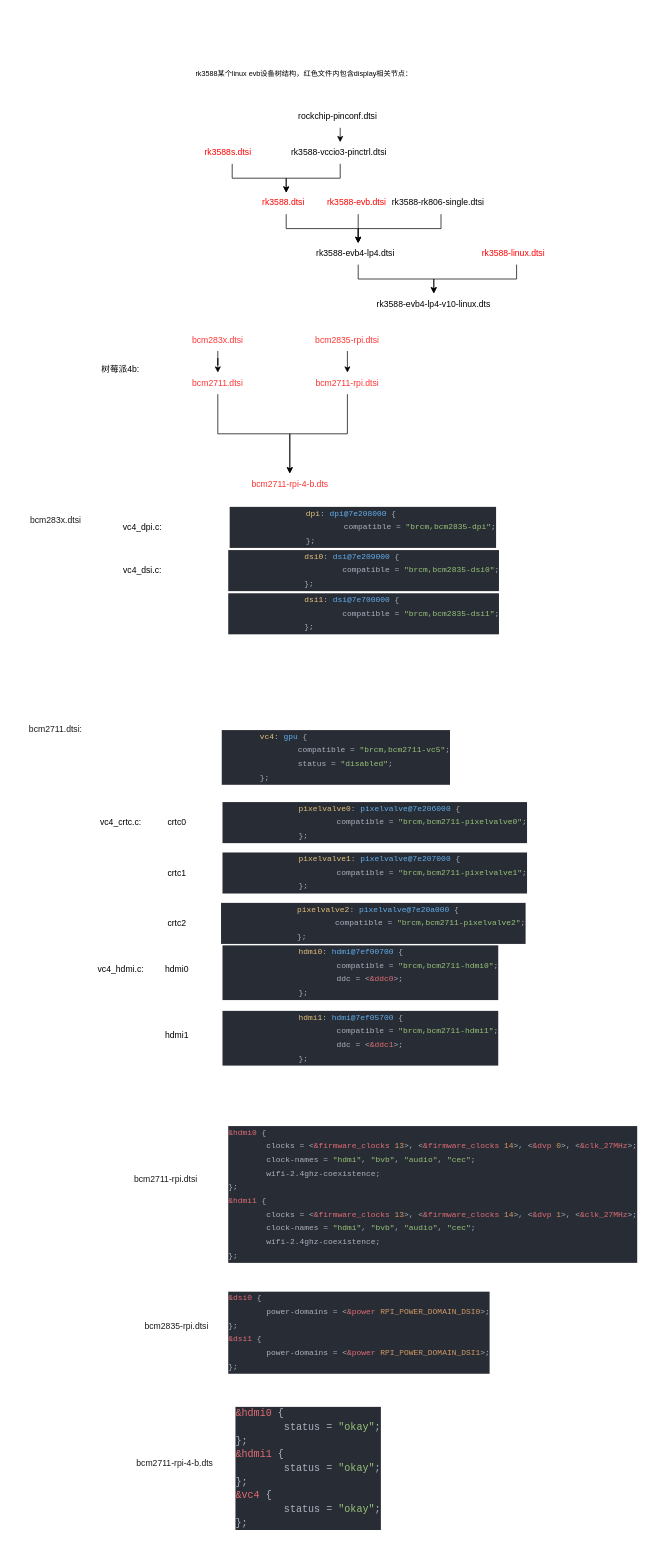
Earlier version of the draw.io diagram rk_drm.drawio (YC-Xiang/draw.io). Source tidied: cells renumbered, new cells numbered last; positions are measured from the earlier drawing's top-left corner, leaving out a move shared by most shapes. Both pictures are drawn from the tidied source at 72%, with x=0, y=0 at pixel (19, 63).
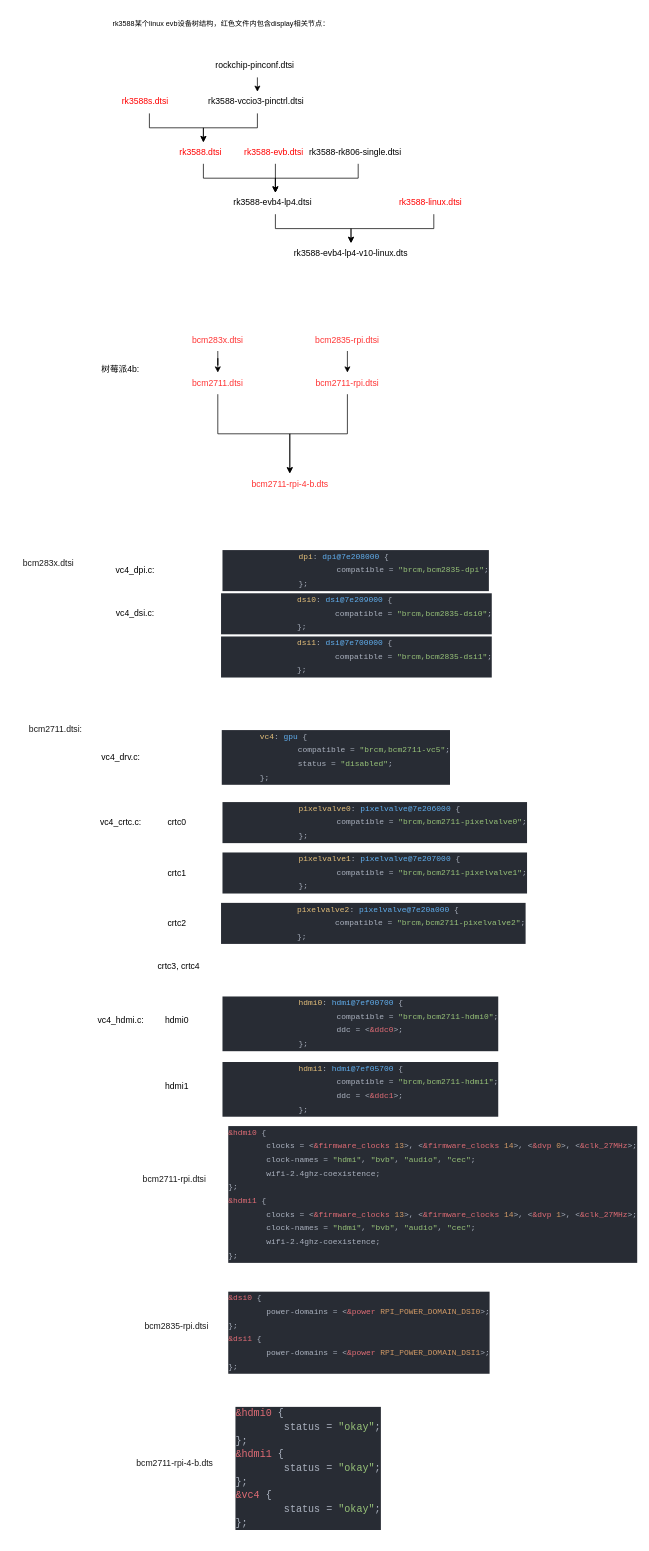
After the change.

Change to the diagram source:
```diff
@@
     <mxCell id="2" value="rk3588-evb4-lp4-v10-linux.dts" style="text;html=1;align=center;verticalAlign=middle;whiteSpace=wrap;rounded=0;" parent="1" vertex="1">
-      <mxGeometry x="470" y="320" width="210" height="30" as="geometry" />
+      <mxGeometry x="355" y="250" width="210" height="30" as="geometry" />
     </mxCell>
@@
     <mxCell id="4" value="rk3588-evb4-lp4.dtsi" style="text;whiteSpace=wrap;html=1;" parent="1" vertex="1">
-      <mxGeometry x="410" y="250" width="120" height="30" as="geometry" />
+      <mxGeometry x="295" y="180" width="120" height="30" as="geometry" />
     </mxCell>
@@
     <mxCell id="6" value="&lt;font color=&quot;#ff0000&quot;&gt;rk3588-linux.dtsi&lt;/font&gt;" style="text;whiteSpace=wrap;html=1;" parent="1" vertex="1">
-      <mxGeometry x="640" y="250" width="100" height="30" as="geometry" />
+      <mxGeometry x="525" y="180" width="100" height="30" as="geometry" />
     </mxCell>
@@
     <mxCell id="8" value="&lt;font color=&quot;#ff0000&quot;&gt;rk3588.dtsi&lt;/font&gt;" style="text;whiteSpace=wrap;html=1;" parent="1" vertex="1">
-      <mxGeometry x="335" y="180" width="70" height="30" as="geometry" />
+      <mxGeometry x="220" y="110" width="70" height="30" as="geometry" />
     </mxCell>
@@
     <mxCell id="10" value="&lt;font color=&quot;#ff0000&quot;&gt;rk3588-evb.dtsi&lt;/font&gt;" style="text;whiteSpace=wrap;html=1;" parent="1" vertex="1">
-      <mxGeometry x="425" y="180" width="90" height="30" as="geometry" />
+      <mxGeometry x="310" y="110" width="90" height="30" as="geometry" />
     </mxCell>
@@
     <mxCell id="12" value="rk3588-rk806-single.dtsi" style="text;whiteSpace=wrap;html=1;" parent="1" vertex="1">
-      <mxGeometry x="515" y="180" width="140" height="30" as="geometry" />
+      <mxGeometry x="400" y="110" width="140" height="30" as="geometry" />
     </mxCell>
@@
     <mxCell id="14" value="&lt;font color=&quot;#ff0000&quot;&gt;rk3588s.dtsi&lt;/font&gt;" style="text;whiteSpace=wrap;html=1;" parent="1" vertex="1">
-      <mxGeometry x="255" y="110" width="80" height="30" as="geometry" />
+      <mxGeometry x="140" y="40" width="80" height="30" as="geometry" />
     </mxCell>
@@
     <mxCell id="16" value="rk3588-vccio3-pinctrl.dtsi" style="text;whiteSpace=wrap;html=1;" parent="1" vertex="1">
-      <mxGeometry x="375" y="110" width="140" height="30" as="geometry" />
+      <mxGeometry x="260" y="40" width="140" height="30" as="geometry" />
     </mxCell>
@@
     <mxCell id="18" value="rockchip-pinconf.dtsi" style="text;whiteSpace=wrap;html=1;" parent="1" vertex="1">
-      <mxGeometry x="385" y="60" width="120" height="30" as="geometry" />
+      <mxGeometry x="270" y="-10" width="120" height="30" as="geometry" />
     </mxCell>
     <mxCell id="19" value="&lt;font style=&quot;font-size: 10px;&quot;&gt;rk3588某个linux evb设备树结构，红色文件内包含display相关节点：&lt;/font&gt;" style="text;html=1;align=center;verticalAlign=middle;whiteSpace=wrap;rounded=0;" parent="1" vertex="1">
-      <mxGeometry x="240" width="310" height="30" as="geometry" />
+      <mxGeometry x="125" y="-70" width="310" height="30" as="geometry" />
     </mxCell>
@@
     <mxCell id="33" value="&lt;font color=&quot;#1a1a1a&quot;&gt;bcm2711-rpi.dtsi&lt;/font&gt;" style="text;html=1;align=center;verticalAlign=middle;whiteSpace=wrap;rounded=0;" parent="1" vertex="1">
-      <mxGeometry x="152.5" y="1535" width="100" height="30" as="geometry" />
+      <mxGeometry x="165" y="1535" width="100" height="30" as="geometry" />
     </mxCell>
@@
     <mxCell id="45" value="&lt;font color=&quot;#1a1a1a&quot;&gt;bcm283x.dtsi&lt;/font&gt;" style="text;html=1;align=center;verticalAlign=middle;whiteSpace=wrap;rounded=0;" parent="1" vertex="1">
-      <mxGeometry y="620" width="100" height="30" as="geometry" />
+      <mxGeometry x="-10" y="680" width="100" height="30" as="geometry" />
     </mxCell>
     <mxCell id="46" value="&lt;div style=&quot;color: rgb(171, 178, 191); background-color: rgb(40, 44, 52); font-family: Consolas, &amp;quot;Courier New&amp;quot;, monospace; font-weight: normal; font-size: 11px; line-height: 19px; white-space: pre;&quot;&gt;&lt;div style=&quot;font-size: 11px;&quot;&gt;&lt;span style=&quot;color: rgb(171, 178, 191); font-size: 11px;&quot;&gt;&amp;nbsp; &amp;nbsp; &amp;nbsp; &amp;nbsp; &amp;nbsp; &amp;nbsp; &amp;nbsp; &amp;nbsp; &lt;/span&gt;&lt;span style=&quot;color: rgb(229, 192, 123); font-size: 11px;&quot;&gt;dpi&lt;/span&gt;&lt;span style=&quot;color: rgb(171, 178, 191); font-size: 11px;&quot;&gt;: &lt;/span&gt;&lt;span style=&quot;color: rgb(97, 175, 239); font-size: 11px;&quot;&gt;dpi@7e208000&lt;/span&gt;&lt;span style=&quot;color: rgb(171, 178, 191); font-size: 11px;&quot;&gt; {&lt;/span&gt;&lt;/div&gt;&lt;div style=&quot;font-size: 11px;&quot;&gt;&lt;span style=&quot;color: rgb(171, 178, 191); font-size: 11px;&quot;&gt;&amp;nbsp; &amp;nbsp; &amp;nbsp; &amp;nbsp; &amp;nbsp; &amp;nbsp; &amp;nbsp; &amp;nbsp; &amp;nbsp; &amp;nbsp; &amp;nbsp; &amp;nbsp; compatible = &lt;/span&gt;&lt;span style=&quot;color: rgb(152, 195, 121); font-size: 11px;&quot;&gt;&quot;brcm,bcm2835-dpi&quot;&lt;/span&gt;&lt;span style=&quot;color: rgb(171, 178, 191); font-size: 11px;&quot;&gt;;&lt;/span&gt;&lt;/div&gt;&lt;div style=&quot;font-size: 11px;&quot;&gt;&lt;span style=&quot;color: rgb(171, 178, 191); font-size: 11px;&quot;&gt;&amp;nbsp; &amp;nbsp; &amp;nbsp; &amp;nbsp; &amp;nbsp; &amp;nbsp; &amp;nbsp; &amp;nbsp; };&lt;/span&gt;&lt;/div&gt;&lt;/div&gt;" style="text;whiteSpace=wrap;html=1;fontSize=11;" parent="1" vertex="1">
-      <mxGeometry x="290" y="610" width="350" height="70" as="geometry" />
+      <mxGeometry x="280" y="670" width="350" height="70" as="geometry" />
     </mxCell>
     <mxCell id="47" value="&lt;div style=&quot;color: rgb(171, 178, 191); background-color: rgb(40, 44, 52); font-family: Consolas, &amp;quot;Courier New&amp;quot;, monospace; font-weight: normal; font-size: 11px; line-height: 19px; white-space: pre;&quot;&gt;&lt;div style=&quot;font-size: 11px;&quot;&gt;&lt;span style=&quot;color: rgb(171, 178, 191); font-size: 11px;&quot;&gt;&amp;nbsp; &amp;nbsp; &amp;nbsp; &amp;nbsp; &amp;nbsp; &amp;nbsp; &amp;nbsp; &amp;nbsp; &lt;/span&gt;&lt;span style=&quot;color: rgb(229, 192, 123); font-size: 11px;&quot;&gt;dsi0&lt;/span&gt;&lt;span style=&quot;color: rgb(171, 178, 191); font-size: 11px;&quot;&gt;: &lt;/span&gt;&lt;span style=&quot;color: rgb(97, 175, 239); font-size: 11px;&quot;&gt;dsi@7e209000&lt;/span&gt;&lt;span style=&quot;color: rgb(171, 178, 191); font-size: 11px;&quot;&gt; {&lt;/span&gt;&lt;/div&gt;&lt;div style=&quot;font-size: 11px;&quot;&gt;&lt;span style=&quot;color: rgb(171, 178, 191); font-size: 11px;&quot;&gt;&amp;nbsp; &amp;nbsp; &amp;nbsp; &amp;nbsp; &amp;nbsp; &amp;nbsp; &amp;nbsp; &amp;nbsp; &amp;nbsp; &amp;nbsp; &amp;nbsp; &amp;nbsp; compatible = &lt;/span&gt;&lt;span style=&quot;color: rgb(152, 195, 121); font-size: 11px;&quot;&gt;&quot;brcm,bcm2835-dsi0&quot;&lt;/span&gt;&lt;span style=&quot;color: rgb(171, 178, 191); font-size: 11px;&quot;&gt;;&lt;/span&gt;&lt;/div&gt;&lt;div style=&quot;font-size: 11px;&quot;&gt;&lt;span style=&quot;color: rgb(171, 178, 191); font-size: 11px;&quot;&gt;&amp;nbsp; &amp;nbsp; &amp;nbsp; &amp;nbsp; &amp;nbsp; &amp;nbsp; &amp;nbsp; &amp;nbsp; };&lt;/span&gt;&lt;/div&gt;&lt;/div&gt;" style="text;whiteSpace=wrap;html=1;fontSize=11;" parent="1" vertex="1">
-      <mxGeometry x="287.5" y="670" width="360" height="70" as="geometry" />
+      <mxGeometry x="277.5" y="730" width="360" height="70" as="geometry" />
     </mxCell>
     <mxCell id="48" value="&lt;div style=&quot;color: rgb(171, 178, 191); background-color: rgb(40, 44, 52); font-family: Consolas, &amp;quot;Courier New&amp;quot;, monospace; font-weight: normal; font-size: 11px; line-height: 19px; white-space: pre;&quot;&gt;&lt;div style=&quot;font-size: 11px;&quot;&gt;&lt;span style=&quot;color: rgb(171, 178, 191); font-size: 11px;&quot;&gt;&amp;nbsp; &amp;nbsp; &amp;nbsp; &amp;nbsp; &amp;nbsp; &amp;nbsp; &amp;nbsp; &amp;nbsp; &lt;/span&gt;&lt;span style=&quot;font-size: 11px; color: rgb(229, 192, 123);&quot;&gt;dsi1&lt;/span&gt;&lt;span style=&quot;font-size: 11px;&quot;&gt;: &lt;/span&gt;&lt;span style=&quot;font-size: 11px; color: rgb(97, 175, 239);&quot;&gt;dsi@7e700000&lt;/span&gt; {&lt;br style=&quot;font-size: 11px;&quot;&gt;&lt;/div&gt;&lt;div style=&quot;font-size: 11px;&quot;&gt;&lt;span style=&quot;color: rgb(171, 178, 191); font-size: 11px;&quot;&gt;&amp;nbsp; &amp;nbsp; &amp;nbsp; &amp;nbsp; &amp;nbsp; &amp;nbsp; &amp;nbsp; &amp;nbsp; &amp;nbsp; &amp;nbsp; &amp;nbsp; &amp;nbsp; compatible = &lt;/span&gt;&lt;span style=&quot;color: rgb(152, 195, 121); font-size: 11px;&quot;&gt;&quot;brcm,bcm2835-dsi1&quot;&lt;/span&gt;&lt;span style=&quot;color: rgb(171, 178, 191); font-size: 11px;&quot;&gt;;&lt;/span&gt;&lt;/div&gt;&lt;div style=&quot;font-size: 11px;&quot;&gt;&lt;span style=&quot;color: rgb(171, 178, 191); font-size: 11px;&quot;&gt;&amp;nbsp; &amp;nbsp; &amp;nbsp; &amp;nbsp; &amp;nbsp; &amp;nbsp; &amp;nbsp; &amp;nbsp; };&lt;/span&gt;&lt;/div&gt;&lt;/div&gt;" style="text;whiteSpace=wrap;html=1;fontSize=11;" parent="1" vertex="1">
-      <mxGeometry x="287.5" y="730" width="360" height="70" as="geometry" />
+      <mxGeometry x="277.5" y="790" width="360" height="70" as="geometry" />
     </mxCell>
     <mxCell id="49" value="vc4_dpi.c:" style="text;html=1;align=center;verticalAlign=middle;strokeColor=none;fillColor=none;" parent="1" vertex="1">
-      <mxGeometry x="130" y="630" width="80" height="30" as="geometry" />
+      <mxGeometry x="120" y="690" width="80" height="30" as="geometry" />
     </mxCell>
     <mxCell id="50" value="vc4_dsi.c:" style="text;html=1;align=center;verticalAlign=middle;strokeColor=none;fillColor=none;" parent="1" vertex="1">
-      <mxGeometry x="130" y="690" width="80" height="30" as="geometry" />
+      <mxGeometry x="120" y="750" width="80" height="30" as="geometry" />
     </mxCell>
     <mxCell id="51" value="&lt;div style=&quot;color: rgb(171, 178, 191); background-color: rgb(40, 44, 52); font-family: Consolas, &amp;quot;Courier New&amp;quot;, monospace; font-weight: normal; font-size: 11px; line-height: 19px; white-space: pre;&quot;&gt;&lt;div style=&quot;font-size: 11px;&quot;&gt;&lt;span style=&quot;color: rgb(171, 178, 191); font-size: 11px;&quot;&gt;&amp;nbsp; &amp;nbsp; &amp;nbsp; &amp;nbsp; &amp;nbsp; &amp;nbsp; &amp;nbsp; &amp;nbsp; &lt;/span&gt;&lt;span style=&quot;color: rgb(229, 192, 123); font-size: 11px;&quot;&gt;hdmi0&lt;/span&gt;&lt;span style=&quot;color: rgb(171, 178, 191); font-size: 11px;&quot;&gt;: &lt;/span&gt;&lt;span style=&quot;color: rgb(97, 175, 239); font-size: 11px;&quot;&gt;hdmi@7ef00700&lt;/span&gt;&lt;span style=&quot;color: rgb(171, 178, 191); font-size: 11px;&quot;&gt; {&lt;/span&gt;&lt;/div&gt;&lt;div style=&quot;font-size: 11px;&quot;&gt;&lt;span style=&quot;color: rgb(171, 178, 191); font-size: 11px;&quot;&gt;&amp;nbsp; &amp;nbsp; &amp;nbsp; &amp;nbsp; &amp;nbsp; &amp;nbsp; &amp;nbsp; &amp;nbsp; &amp;nbsp; &amp;nbsp; &amp;nbsp; &amp;nbsp; compatible = &lt;/span&gt;&lt;span style=&quot;color: rgb(152, 195, 121); font-size: 11px;&quot;&gt;&quot;brcm,bcm2711-hdmi0&quot;&lt;/span&gt;&lt;span style=&quot;color: rgb(171, 178, 191); font-size: 11px;&quot;&gt;;&lt;/span&gt;&lt;/div&gt;&lt;div style=&quot;font-size: 11px;&quot;&gt;&lt;span style=&quot;color: rgb(171, 178, 191); font-size: 11px;&quot;&gt;&amp;nbsp; &amp;nbsp; &amp;nbsp; &amp;nbsp; &amp;nbsp; &amp;nbsp; &amp;nbsp; &amp;nbsp; &amp;nbsp; &amp;nbsp; &amp;nbsp; &amp;nbsp; ddc = &amp;lt;&lt;/span&gt;&lt;span style=&quot;color: rgb(224, 108, 117); font-size: 11px;&quot;&gt;&amp;amp;ddc0&lt;/span&gt;&lt;span style=&quot;color: rgb(171, 178, 191); font-size: 11px;&quot;&gt;&amp;gt;;&lt;/span&gt;&lt;/div&gt;&lt;div style=&quot;font-size: 11px;&quot;&gt;&lt;span style=&quot;color: rgb(171, 178, 191); font-size: 11px;&quot;&gt;&amp;nbsp; &amp;nbsp; &amp;nbsp; &amp;nbsp; &amp;nbsp; &amp;nbsp; &amp;nbsp; &amp;nbsp; };&lt;/span&gt;&lt;/div&gt;&lt;/div&gt;" style="text;whiteSpace=wrap;html=1;fontSize=11;" parent="1" vertex="1">
-      <mxGeometry x="280" y="1219" width="360" height="80" as="geometry" />
+      <mxGeometry x="280" y="1290" width="360" height="80" as="geometry" />
     </mxCell>
     <mxCell id="52" value="&lt;div style=&quot;color: rgb(171, 178, 191); background-color: rgb(40, 44, 52); font-family: Consolas, &amp;quot;Courier New&amp;quot;, monospace; font-weight: normal; font-size: 11px; line-height: 19px; white-space: pre;&quot;&gt;&lt;div style=&quot;font-size: 11px;&quot;&gt;&lt;span style=&quot;color: rgb(171, 178, 191); font-size: 11px;&quot;&gt;&amp;nbsp; &amp;nbsp; &amp;nbsp; &amp;nbsp; &amp;nbsp; &amp;nbsp; &amp;nbsp; &amp;nbsp; &lt;/span&gt;&lt;span style=&quot;font-size: 11px; color: rgb(229, 192, 123);&quot;&gt;hdmi1&lt;/span&gt;&lt;span style=&quot;font-size: 11px;&quot;&gt;: &lt;/span&gt;&lt;span style=&quot;font-size: 11px; color: rgb(97, 175, 239);&quot;&gt;hdmi@7ef05700&lt;/span&gt; {&lt;br style=&quot;font-size: 11px;&quot;&gt;&lt;/div&gt;&lt;div style=&quot;font-size: 11px;&quot;&gt;&lt;span style=&quot;color: rgb(171, 178, 191); font-size: 11px;&quot;&gt;&amp;nbsp; &amp;nbsp; &amp;nbsp; &amp;nbsp; &amp;nbsp; &amp;nbsp; &amp;nbsp; &amp;nbsp; &amp;nbsp; &amp;nbsp; &amp;nbsp; &amp;nbsp; compatible = &lt;/span&gt;&lt;span style=&quot;color: rgb(152, 195, 121); font-size: 11px;&quot;&gt;&quot;brcm,bcm2711-hdmi1&quot;&lt;/span&gt;&lt;span style=&quot;color: rgb(171, 178, 191); font-size: 11px;&quot;&gt;;&lt;/span&gt;&lt;/div&gt;&lt;div style=&quot;font-size: 11px;&quot;&gt;&lt;span style=&quot;color: rgb(171, 178, 191); font-size: 11px;&quot;&gt;&amp;nbsp; &amp;nbsp; &amp;nbsp; &amp;nbsp; &amp;nbsp; &amp;nbsp; &amp;nbsp; &amp;nbsp; &amp;nbsp; &amp;nbsp; &amp;nbsp; &amp;nbsp; ddc = &amp;lt;&lt;/span&gt;&lt;span style=&quot;color: rgb(224, 108, 117); font-size: 11px;&quot;&gt;&amp;amp;ddc1&lt;/span&gt;&lt;span style=&quot;color: rgb(171, 178, 191); font-size: 11px;&quot;&gt;&amp;gt;;&lt;/span&gt;&lt;/div&gt;&lt;div style=&quot;font-size: 11px;&quot;&gt;&lt;span style=&quot;color: rgb(171, 178, 191); font-size: 11px;&quot;&gt;&amp;nbsp; &amp;nbsp; &amp;nbsp; &amp;nbsp; &amp;nbsp; &amp;nbsp; &amp;nbsp; &amp;nbsp; };&lt;/span&gt;&lt;/div&gt;&lt;/div&gt;" style="text;whiteSpace=wrap;html=1;fontSize=11;" parent="1" vertex="1">
-      <mxGeometry x="280" y="1310" width="360" height="80" as="geometry" />
+      <mxGeometry x="280" y="1381" width="360" height="80" as="geometry" />
     </mxCell>
     <mxCell id="53" value="vc4_hdmi.c:" style="text;html=1;align=center;verticalAlign=middle;strokeColor=none;fillColor=none;" parent="1" vertex="1">
-      <mxGeometry x="95" y="1244" width="90" height="30" as="geometry" />
+      <mxGeometry x="95" y="1315" width="90" height="30" as="geometry" />
     </mxCell>
     <mxCell id="54" value="hdmi0" style="text;html=1;align=center;verticalAlign=middle;strokeColor=none;fillColor=none;" parent="1" vertex="1">
-      <mxGeometry x="187.5" y="1244" width="60" height="30" as="geometry" />
+      <mxGeometry x="187.5" y="1315" width="60" height="30" as="geometry" />
     </mxCell>
     <mxCell id="55" value="hdmi1" style="text;html=1;align=center;verticalAlign=middle;strokeColor=none;fillColor=none;" parent="1" vertex="1">
-      <mxGeometry x="187.5" y="1335" width="60" height="30" as="geometry" />
+      <mxGeometry x="187.5" y="1406" width="60" height="30" as="geometry" />
     </mxCell>
+    <mxCell id="56" value="vc4_drv.c:" style="text;html=1;align=center;verticalAlign=middle;strokeColor=none;fillColor=none;" parent="1" vertex="1">
+      <mxGeometry x="100" y="950" width="80" height="30" as="geometry" />
+    </mxCell>
+    <mxCell id="57" value="crtc3, crtc4" style="text;html=1;align=center;verticalAlign=middle;whiteSpace=wrap;rounded=0;" parent="1" vertex="1">
+      <mxGeometry x="180" y="1240" width="82" height="30" as="geometry" />
+    </mxCell>
```
